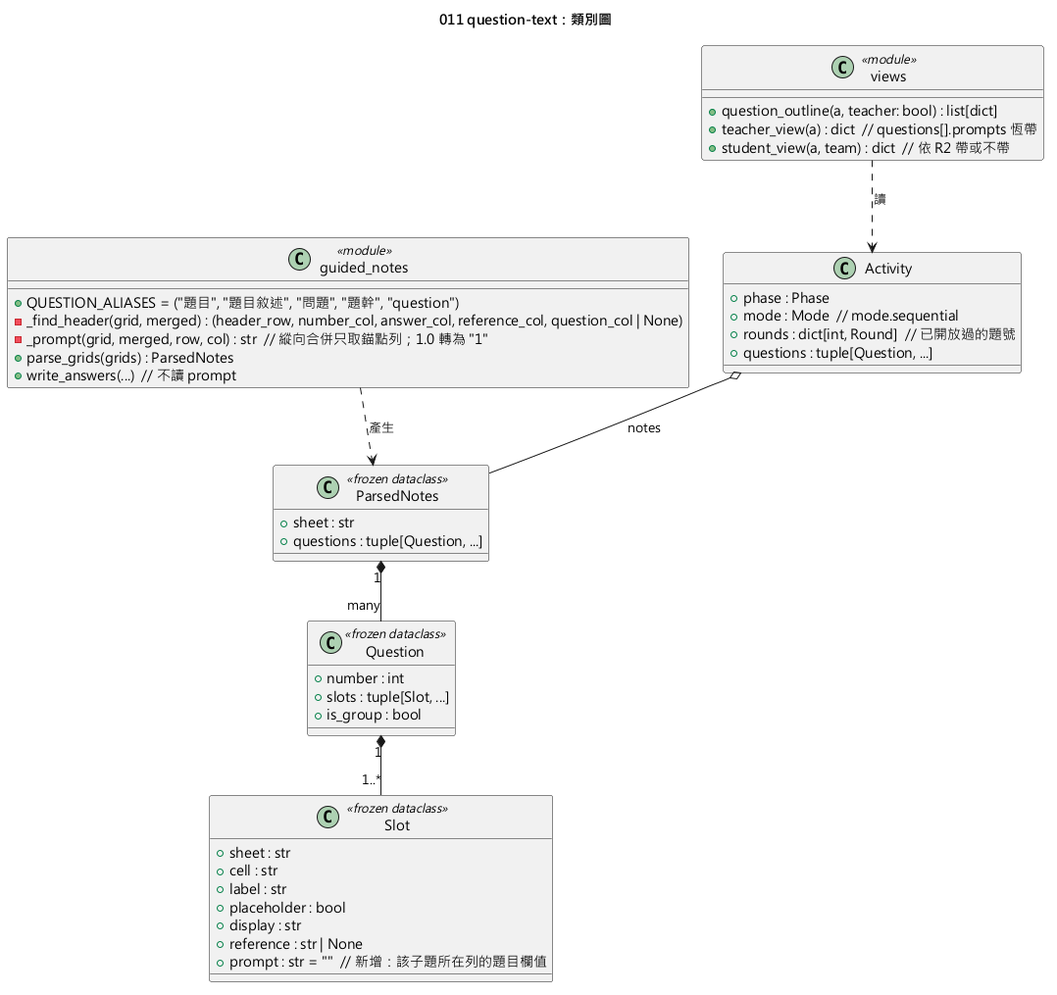
Before: diagrams/011-question-text-class.png, a diagram exported from PlantUML (yue083139/software_fin-speckit).
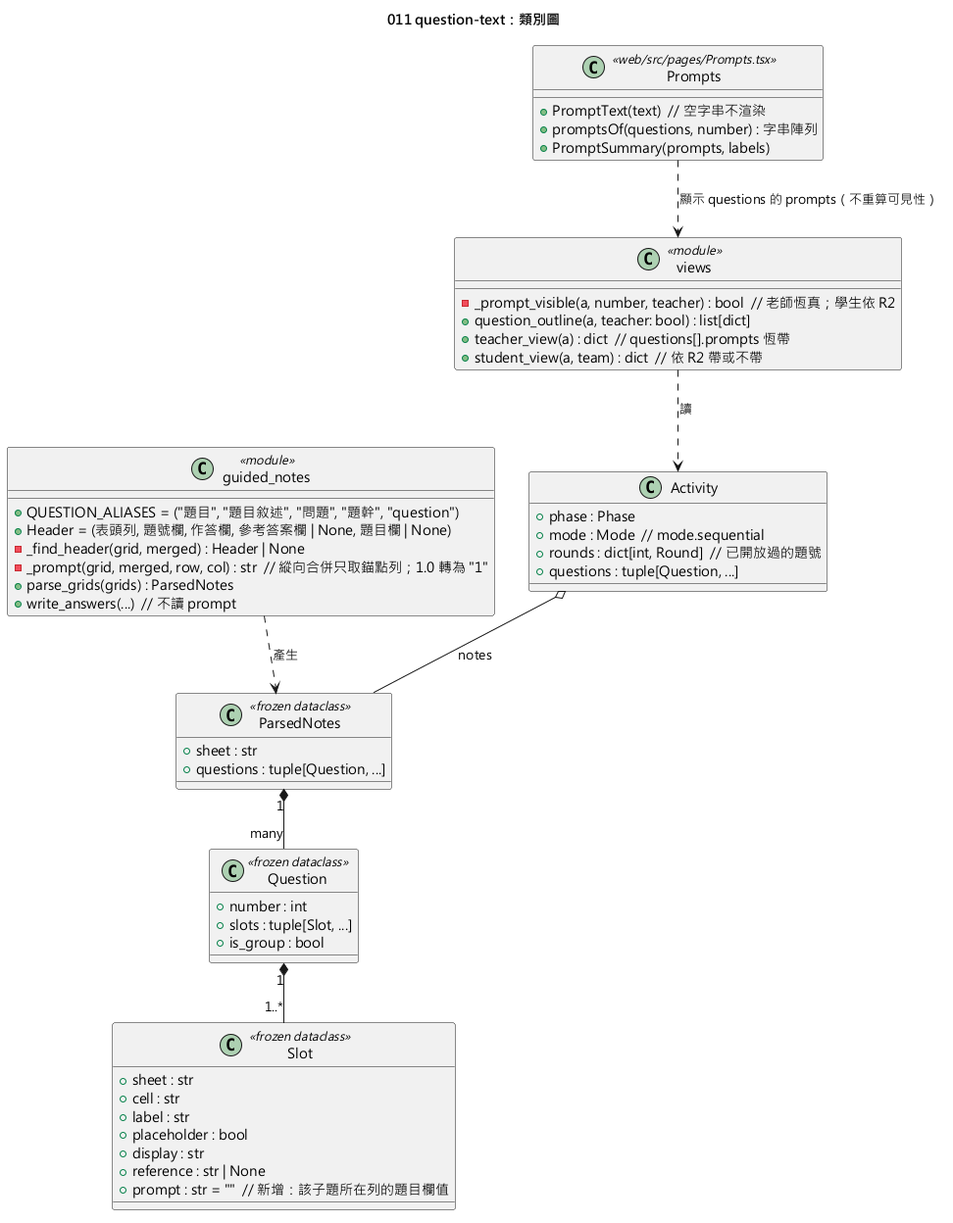
After the commit.

Change to the diagram source:
```diff
@@ -25,13 +25,15 @@
 
 class guided_notes <<module>> {
   + QUESTION_ALIASES = ("題目", "題目敘述", "問題", "題幹", "question")
-  - _find_header(grid, merged) : (header_row, number_col, answer_col, reference_col, question_col | None)
+  + Header = (表頭列, 題號欄, 作答欄, 參考答案欄 | None, 題目欄 | None)
+  - _find_header(grid, merged) : Header | None
   - _prompt(grid, merged, row, col) : str  // 縱向合併只取錨點列；1.0 轉為 "1"
   + parse_grids(grids) : ParsedNotes
   + write_answers(...)  // 不讀 prompt
 }
 
 class views <<module>> {
+  - _prompt_visible(a, number, teacher) : bool  // 老師恆真；學生依 R2
   + question_outline(a, teacher: bool) : list[dict]
   + teacher_view(a) : dict  // questions[].prompts 恆帶
   + student_view(a, team) : dict  // 依 R2 帶或不帶
@@ -49,4 +51,10 @@
 guided_notes ..> ParsedNotes : 產生
 views ..> Activity : 讀
 Activity o-- ParsedNotes : notes
+class Prompts <<web/src/pages/Prompts.tsx>> {
+  + PromptText(text)  // 空字串不渲染
+  + promptsOf(questions, number) : 字串陣列
+  + PromptSummary(prompts, labels)
+}
+Prompts ..> views : 顯示 questions 的 prompts（不重算可見性）
 @enduml
```
